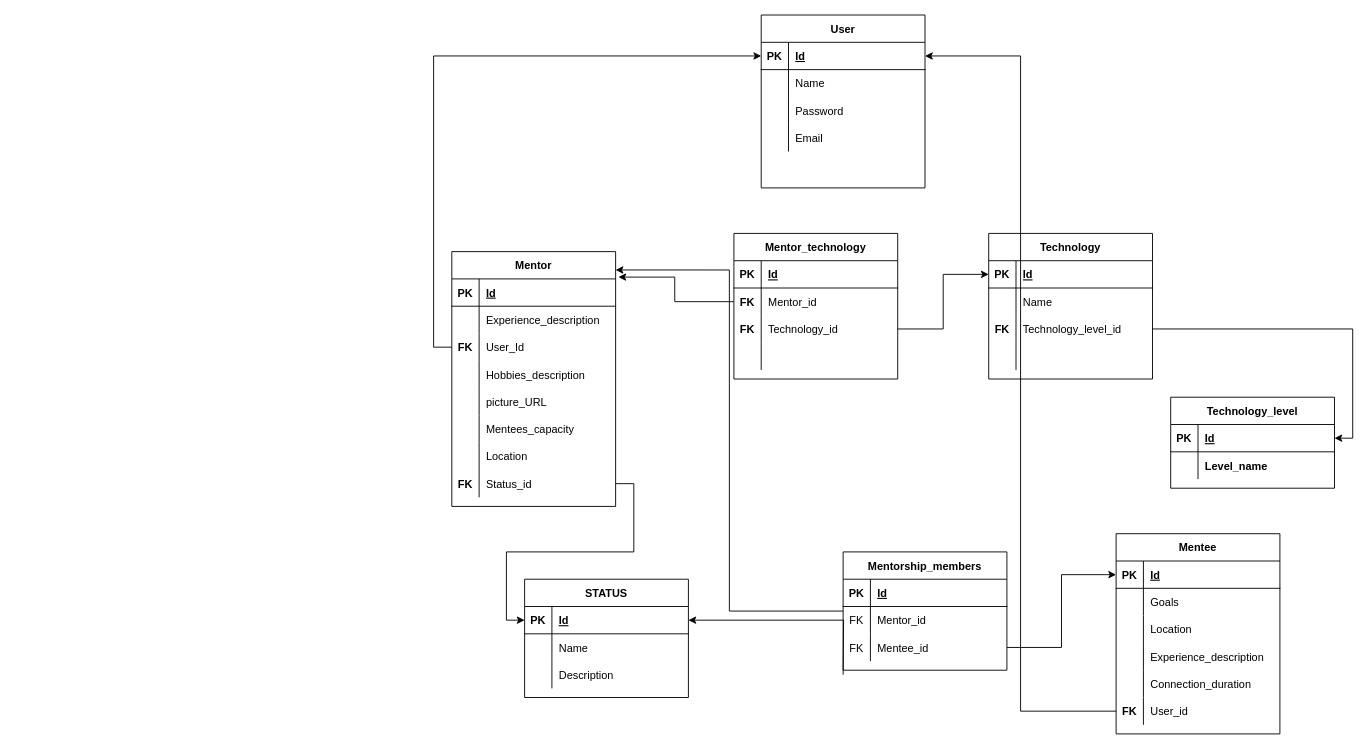
Earlier version of the draw.io diagram Untitled Diagram.drawio (Daniel99W/Car-dealer). Source tidied: cells renumbered, new cells numbered last; positions are measured from the earlier drawing's top-left corner, leaving out a move shared by most shapes. Both pictures are drawn from the tidied source at 91%, with x=0, y=0 at pixel (451, 15).
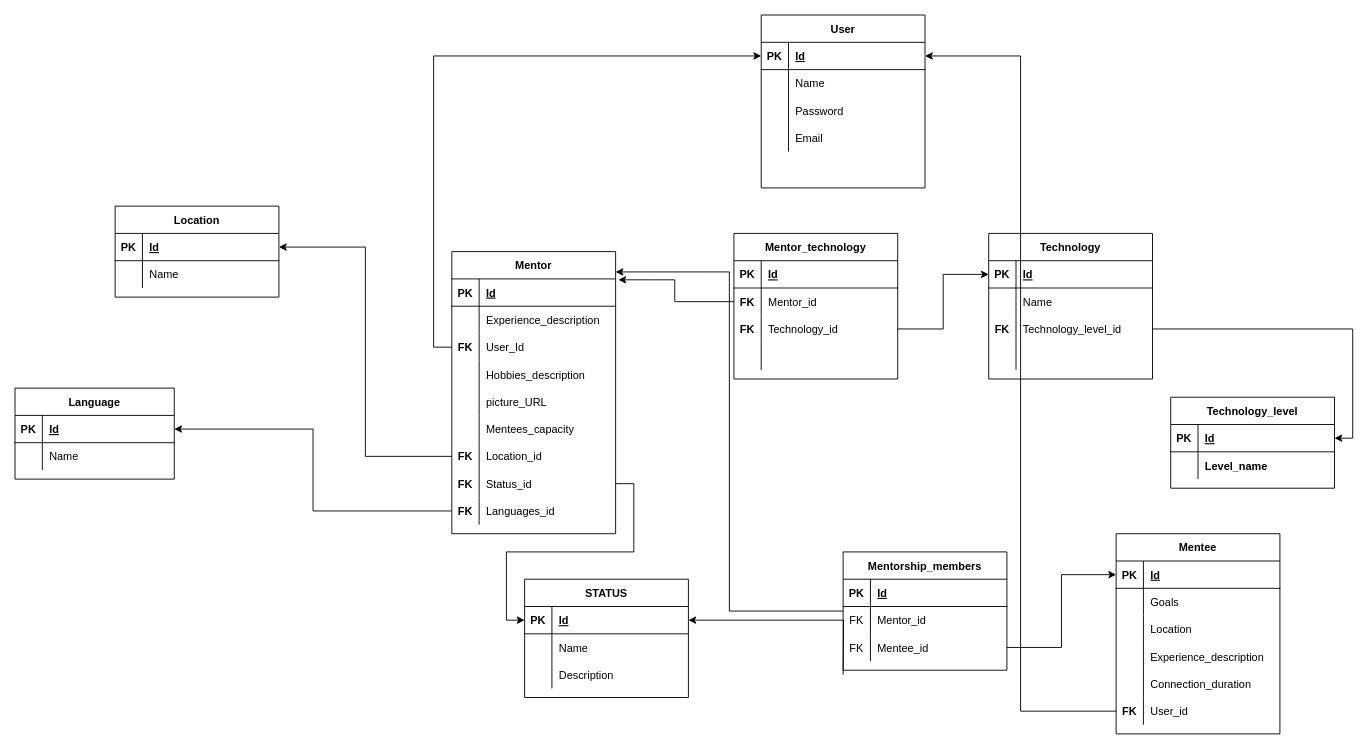
The same diagram, later.

The change refers to these unchanged cells:
```xml
<mxCell id="21" style="shape=tableRow;horizontal=0;startSize=0;swimlaneHead=0;swimlaneBody=0;fillColor=none;points=[[0,0.5],[1,0.5]];portConstraint=eastwest;top=0;left=0;right=0;bottom=0;" parent="2" vertex="1">
  <mxGeometry y="210" width="180" height="30" as="geometry" />
</mxCell>
```

Change to the diagram source:
```diff
@@
     <mxCell id="2" value="Mentor" style="shape=table;startSize=30;childLayout=tableLayout;rowLines=0;fontStyle=1;align=center;" parent="1" vertex="1">
-      <mxGeometry y="260" width="180" height="280" as="geometry" />
+      <mxGeometry y="260" width="180" height="310" as="geometry" />
     </mxCell>
@@
-    <mxCell id="22" style="shape=partialRectangle;fillColor=none;top=0;left=0;bottom=0;right=0;overflow=hidden;" parent="21" vertex="1">
+    <mxCell id="22" value="FK" style="shape=partialRectangle;fillColor=none;top=0;left=0;bottom=0;right=0;overflow=hidden;fontStyle=1;" parent="21" vertex="1">
       <mxGeometry width="30" height="30" as="geometry" />
     </mxCell>
-    <mxCell id="23" value="Location" style="shape=partialRectangle;fillColor=none;top=0;left=0;bottom=0;right=0;align=left;spacingLeft=6;overflow=hidden;" parent="21" vertex="1">
+    <mxCell id="23" value="Location_id" style="shape=partialRectangle;fillColor=none;top=0;left=0;bottom=0;right=0;align=left;spacingLeft=6;overflow=hidden;" parent="21" vertex="1">
       <mxGeometry x="30" width="150" height="30" as="geometry" />
     </mxCell>
@@
+    <mxCell id="121" style="shape=tableRow;horizontal=0;startSize=0;swimlaneHead=0;swimlaneBody=0;fillColor=none;points=[[0,0.5],[1,0.5]];portConstraint=eastwest;top=0;left=0;right=0;bottom=0;" parent="2" vertex="1">
+      <mxGeometry y="270" width="180" height="30" as="geometry" />
+    </mxCell>
+    <mxCell id="122" value="FK" style="shape=partialRectangle;fillColor=none;top=0;left=0;bottom=0;right=0;overflow=hidden;fontStyle=1;" parent="121" vertex="1">
+      <mxGeometry width="30" height="30" as="geometry" />
+    </mxCell>
+    <mxCell id="123" value="Languages_id" style="shape=partialRectangle;fillColor=none;top=0;left=0;bottom=0;right=0;align=left;spacingLeft=6;overflow=hidden;" parent="121" vertex="1">
+      <mxGeometry x="30" width="150" height="30" as="geometry" />
+    </mxCell>
@@
+    <mxCell id="124" value="Location" style="shape=table;startSize=30;childLayout=tableLayout;rowLines=0;fontStyle=1;align=center;" parent="1" vertex="1">
+      <mxGeometry x="-370" y="210" width="180" height="100" as="geometry" />
+    </mxCell>
+    <mxCell id="125" style="shape=tableRow;horizontal=0;startSize=0;swimlaneHead=0;swimlaneBody=0;fillColor=none;points=[[0,0.5],[1,0.5]];portConstraint=eastwest;top=0;left=0;right=0;bottom=1;" parent="124" vertex="1">
+      <mxGeometry y="30" width="180" height="30" as="geometry" />
+    </mxCell>
+    <mxCell id="126" value="PK" style="shape=partialRectangle;fillColor=none;top=0;left=0;bottom=0;right=0;fontStyle=1;overflow=hidden;" parent="125" vertex="1">
+      <mxGeometry width="30" height="30" as="geometry" />
+    </mxCell>
+    <mxCell id="127" value="Id" style="shape=partialRectangle;fillColor=none;top=0;left=0;bottom=0;right=0;align=left;spacingLeft=6;fontStyle=5;overflow=hidden;" parent="125" vertex="1">
+      <mxGeometry x="30" width="150" height="30" as="geometry" />
+    </mxCell>
+    <mxCell id="128" style="shape=tableRow;horizontal=0;startSize=0;swimlaneHead=0;swimlaneBody=0;fillColor=none;top=0;left=0;right=0;bottom=0;" parent="124" vertex="1">
+      <mxGeometry y="60" width="180" height="30" as="geometry" />
+    </mxCell>
+    <mxCell id="129" style="shape=partialRectangle;fillColor=none;top=0;left=0;bottom=0;right=0;overflow=hidden;" parent="128" vertex="1">
+      <mxGeometry width="30" height="30" as="geometry" />
+    </mxCell>
+    <mxCell id="130" value="Name" style="shape=partialRectangle;fillColor=none;top=0;left=0;bottom=0;right=0;align=left;spacingLeft=6;overflow=hidden;" parent="128" vertex="1">
+      <mxGeometry x="30" width="150" height="30" as="geometry" />
+    </mxCell>
+    <mxCell id="131" style="edgeStyle=orthogonalEdgeStyle;rounded=0;jettySize=auto;html=1;exitX=0;exitY=0.5;exitDx=0;exitDy=0;entryX=1;entryY=0.5;entryDx=0;entryDy=0;" parent="1" edge="1" source="21" target="125">
+      <mxGeometry relative="1" as="geometry" />
+    </mxCell>
+    <mxCell id="132" value="Language" style="shape=table;startSize=30;childLayout=tableLayout;rowLines=0;fontStyle=1;align=center;" parent="1" vertex="1">
+      <mxGeometry x="-480" y="410" width="175" height="100" as="geometry" />
+    </mxCell>
+    <mxCell id="133" style="shape=tableRow;horizontal=0;startSize=0;swimlaneHead=0;swimlaneBody=0;fillColor=none;points=[[0,0.5],[1,0.5]];portConstraint=eastwest;top=0;left=0;right=0;bottom=1;" parent="132" vertex="1">
+      <mxGeometry y="30" width="175" height="30" as="geometry" />
+    </mxCell>
+    <mxCell id="134" value="PK" style="shape=partialRectangle;fillColor=none;top=0;left=0;bottom=0;right=0;fontStyle=1;overflow=hidden;" parent="133" vertex="1">
+      <mxGeometry width="30" height="30" as="geometry" />
+    </mxCell>
+    <mxCell id="135" value="Id" style="shape=partialRectangle;fillColor=none;top=0;left=0;bottom=0;right=0;align=left;spacingLeft=6;fontStyle=5;overflow=hidden;" parent="133" vertex="1">
+      <mxGeometry x="30" width="145" height="30" as="geometry" />
+    </mxCell>
+    <mxCell id="136" style="shape=tableRow;horizontal=0;startSize=0;swimlaneHead=0;swimlaneBody=0;fillColor=none;top=0;left=0;right=0;bottom=0;" parent="132" vertex="1">
+      <mxGeometry y="60" width="175" height="30" as="geometry" />
+    </mxCell>
+    <mxCell id="137" style="shape=partialRectangle;fillColor=none;top=0;left=0;bottom=0;right=0;overflow=hidden;" parent="136" vertex="1">
+      <mxGeometry width="30" height="30" as="geometry" />
+    </mxCell>
+    <mxCell id="138" value="Name" style="shape=partialRectangle;fillColor=none;top=0;left=0;bottom=0;right=0;align=left;spacingLeft=6;overflow=hidden;" parent="136" vertex="1">
+      <mxGeometry x="30" width="145" height="30" as="geometry" />
+    </mxCell>
+    <mxCell id="139" style="edgeStyle=orthogonalEdgeStyle;rounded=0;jettySize=auto;html=1;exitX=0;exitY=0.5;exitDx=0;exitDy=0;entryX=1;entryY=0.5;entryDx=0;entryDy=0;" parent="1" edge="1" source="121" target="133">
+      <mxGeometry relative="1" as="geometry" />
+    </mxCell>
```
